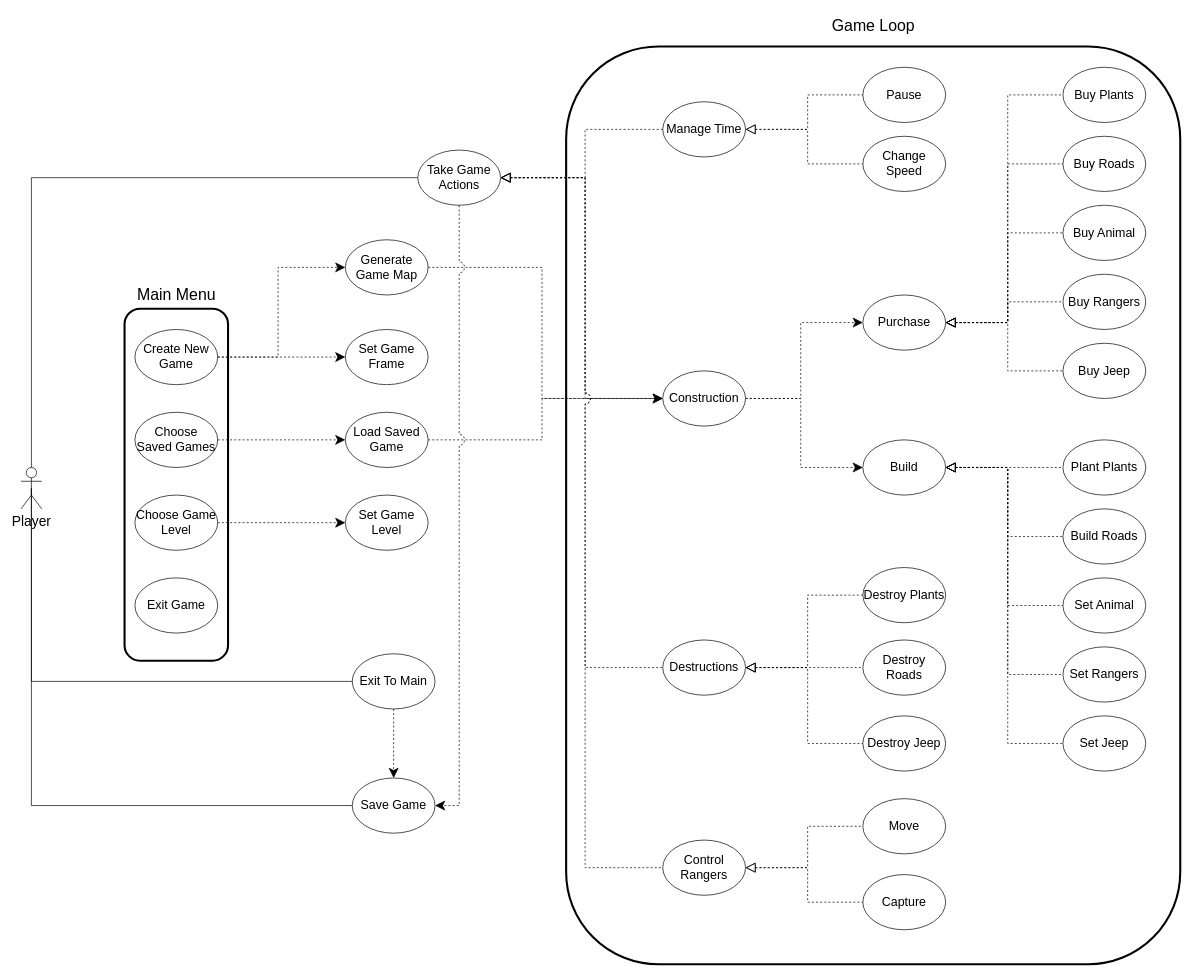
Earlier version of the draw.io diagram User_Case_diagram.drawio (summertx/uml). Source tidied: cells renumbered, new cells numbered last; positions are measured from the earlier drawing's top-left corner, leaving out a move shared by most shapes. Both pictures are drawn from the tidied source at 69%, with x=0, y=0 at pixel (21, 12).
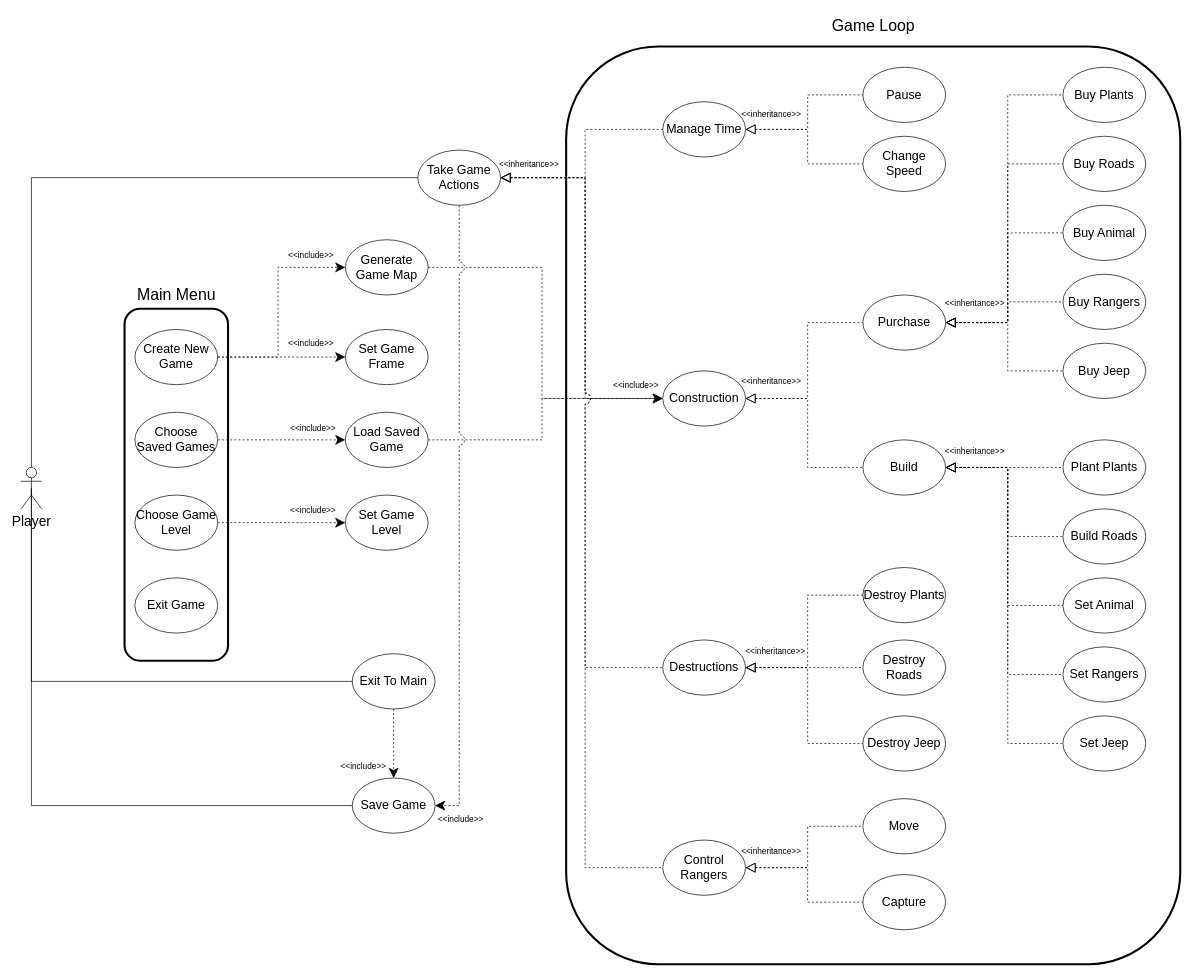
Above is the later version.

The change refers to these unchanged cells:
```xml
<mxCell id="21" value="&lt;font style=&quot;font-size: 18px;&quot;&gt;Construction&lt;/font&gt;" style="ellipse;whiteSpace=wrap;html=1;" parent="1" vertex="1">
  <mxGeometry x="930" y="520" width="120" height="80" as="geometry" />
</mxCell>
<mxCell id="60" value="&lt;span style=&quot;font-size: 18px;&quot;&gt;Build&lt;/span&gt;" style="ellipse;whiteSpace=wrap;html=1;" parent="1" vertex="1">
  <mxGeometry x="1220" y="620" width="120" height="80" as="geometry" />
</mxCell>
<mxCell id="71" value="&lt;span style=&quot;font-size: 18px;&quot;&gt;Purchase&lt;/span&gt;" style="ellipse;whiteSpace=wrap;html=1;" parent="1" vertex="1">
  <mxGeometry x="1220" y="410" width="120" height="80" as="geometry" />
</mxCell>
```

Change to the diagram source:
```diff
@@
-    <mxCell id="19" style="edgeStyle=orthogonalEdgeStyle;rounded=0;jettySize=auto;html=1;entryX=0;entryY=0.5;entryDx=0;entryDy=0;dashed=1;endSize=12;" parent="1" edge="1" source="21" target="71">
+    <mxCell id="19" style="edgeStyle=orthogonalEdgeStyle;rounded=0;jettySize=auto;html=1;entryX=0;entryY=0.5;entryDx=0;entryDy=0;dashed=1;endSize=12;startArrow=block;startFill=0;endArrow=none;startSize=12;" parent="1" edge="1" source="21" target="71">
       <mxGeometry relative="1" as="geometry" />
     </mxCell>
-    <mxCell id="20" style="edgeStyle=orthogonalEdgeStyle;rounded=0;jettySize=auto;html=1;entryX=0;entryY=0.5;entryDx=0;entryDy=0;dashed=1;endSize=12;" parent="1" edge="1" source="21" target="60">
+    <mxCell id="20" style="edgeStyle=orthogonalEdgeStyle;rounded=0;jettySize=auto;html=1;entryX=0;entryY=0.5;entryDx=0;entryDy=0;dashed=1;endSize=12;startArrow=block;startFill=0;endArrow=none;startSize=12;" parent="1" edge="1" source="21" target="60">
       <mxGeometry relative="1" as="geometry" />
     </mxCell>
@@
+    <mxCell id="75" value="&amp;lt;&amp;lt;inheritance&amp;gt;&amp;gt;" style="text;html=1;align=center;verticalAlign=middle;strokeColor=none;fillColor=none;" parent="1" vertex="1">
+      <mxGeometry x="683" y="208" width="105" height="26" as="geometry" />
+    </mxCell>
+    <mxCell id="76" value="&amp;lt;&amp;lt;inheritance&amp;gt;&amp;gt;" style="text;html=1;align=center;verticalAlign=middle;strokeColor=none;fillColor=none;" parent="1" vertex="1">
+      <mxGeometry x="1034" y="136" width="105" height="26" as="geometry" />
+    </mxCell>
+    <mxCell id="77" value="&amp;lt;&amp;lt;inheritance&amp;gt;&amp;gt;" style="text;html=1;align=center;verticalAlign=middle;strokeColor=none;fillColor=none;" parent="1" vertex="1">
+      <mxGeometry x="1329" y="410" width="105" height="26" as="geometry" />
+    </mxCell>
+    <mxCell id="78" value="&amp;lt;&amp;lt;inheritance&amp;gt;&amp;gt;" style="text;html=1;align=center;verticalAlign=middle;strokeColor=none;fillColor=none;" parent="1" vertex="1">
+      <mxGeometry x="1329" y="624" width="105" height="26" as="geometry" />
+    </mxCell>
+    <mxCell id="79" value="&amp;lt;&amp;lt;inheritance&amp;gt;&amp;gt;" style="text;html=1;align=center;verticalAlign=middle;strokeColor=none;fillColor=none;" parent="1" vertex="1">
+      <mxGeometry x="1040" y="914" width="105" height="26" as="geometry" />
+    </mxCell>
+    <mxCell id="80" value="&amp;lt;&amp;lt;inheritance&amp;gt;&amp;gt;" style="text;html=1;align=center;verticalAlign=middle;strokeColor=none;fillColor=none;" parent="1" vertex="1">
+      <mxGeometry x="1034" y="1204" width="105" height="26" as="geometry" />
+    </mxCell>
+    <mxCell id="81" value="&amp;lt;&amp;lt;inheritance&amp;gt;&amp;gt;" style="text;html=1;align=center;verticalAlign=middle;strokeColor=none;fillColor=none;" parent="1" vertex="1">
+      <mxGeometry x="1034" y="523" width="105" height="26" as="geometry" />
+    </mxCell>
+    <mxCell id="82" value="&amp;lt;&amp;lt;include&amp;gt;&amp;gt;" style="text;html=1;align=center;verticalAlign=middle;strokeColor=none;fillColor=none;" parent="1" vertex="1">
+      <mxGeometry x="378" y="340" width="84" height="26" as="geometry" />
+    </mxCell>
+    <mxCell id="83" value="&amp;lt;&amp;lt;include&amp;gt;&amp;gt;" style="text;html=1;align=center;verticalAlign=middle;strokeColor=none;fillColor=none;" parent="1" vertex="1">
+      <mxGeometry x="378" y="468" width="84" height="26" as="geometry" />
+    </mxCell>
+    <mxCell id="84" value="&amp;lt;&amp;lt;include&amp;gt;&amp;gt;" style="text;html=1;align=center;verticalAlign=middle;strokeColor=none;fillColor=none;" parent="1" vertex="1">
+      <mxGeometry x="381" y="591" width="84" height="26" as="geometry" />
+    </mxCell>
+    <mxCell id="85" value="&amp;lt;&amp;lt;include&amp;gt;&amp;gt;" style="text;html=1;align=center;verticalAlign=middle;strokeColor=none;fillColor=none;" parent="1" vertex="1">
+      <mxGeometry x="381" y="710" width="84" height="26" as="geometry" />
+    </mxCell>
+    <mxCell id="86" value="&amp;lt;&amp;lt;include&amp;gt;&amp;gt;" style="text;html=1;align=center;verticalAlign=middle;strokeColor=none;fillColor=none;" parent="1" vertex="1">
+      <mxGeometry x="454" y="1080" width="84" height="26" as="geometry" />
+    </mxCell>
+    <mxCell id="87" value="&amp;lt;&amp;lt;include&amp;gt;&amp;gt;" style="text;html=1;align=center;verticalAlign=middle;strokeColor=none;fillColor=none;" parent="1" vertex="1">
+      <mxGeometry x="595" y="1157" width="84" height="26" as="geometry" />
+    </mxCell>
+    <mxCell id="88" value="&amp;lt;&amp;lt;include&amp;gt;&amp;gt;" style="text;html=1;align=center;verticalAlign=middle;strokeColor=none;fillColor=none;" parent="1" vertex="1">
+      <mxGeometry x="849" y="528" width="84" height="26" as="geometry" />
+    </mxCell>
```
